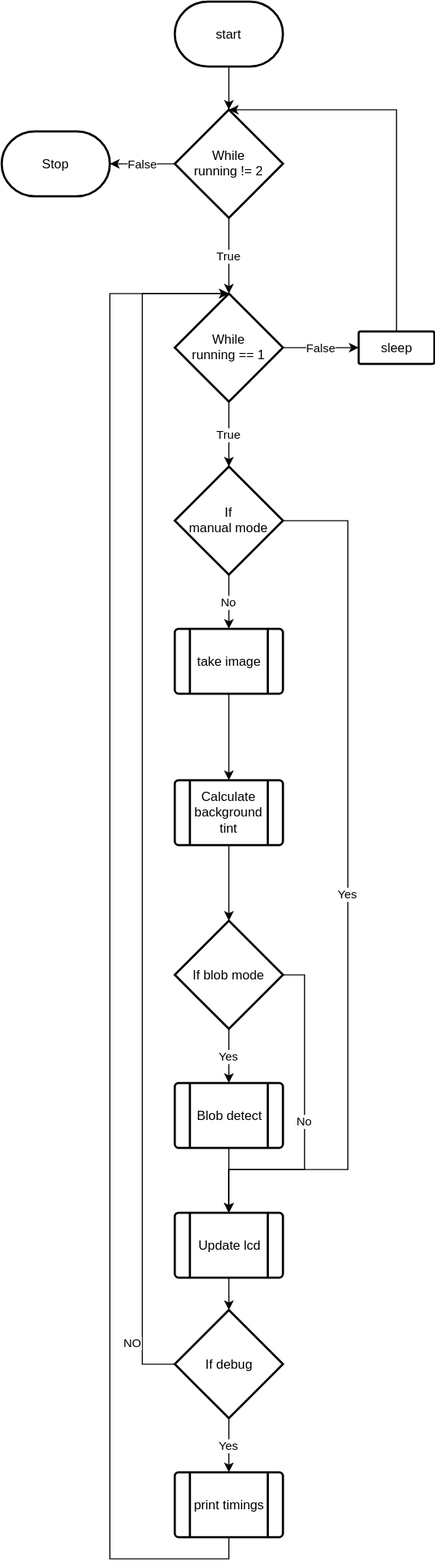
This is docs/flowchart.svg from djh1997/proj324, a draw.io export, as it was before one commit. Source tidied: cells renumbered, new cells last; positions are measured from the earlier drawing's top-left corner, leaving out a move shared by most shapes.
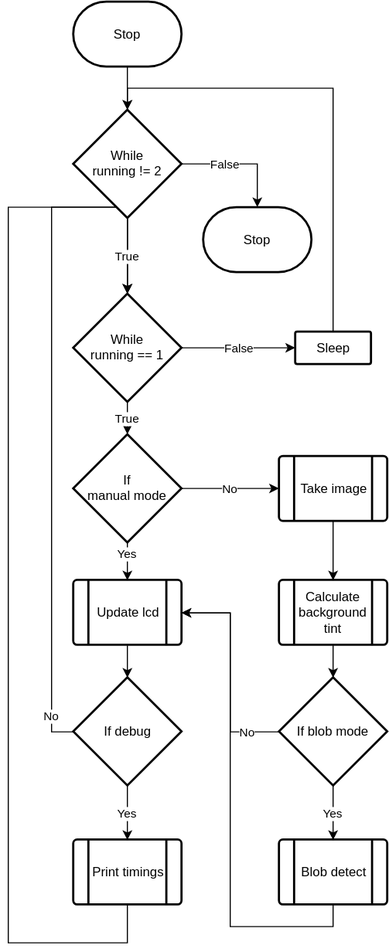
Above is the later version.

The edit, as a diff of the source:
```diff
@@ -5,14 +5,14 @@
     <mxCell id="2" style="edgeStyle=orthogonalEdgeStyle;rounded=0;html=1;exitX=0.5;exitY=1;exitPerimeter=0;entryX=0.5;entryY=0;entryPerimeter=0;jettySize=auto;" parent="1" edge="1" source="3" target="30">
       <mxGeometry relative="1" as="geometry" />
     </mxCell>
-    <mxCell id="3" value="start" style="strokeWidth=2;html=1;shape=mxgraph.flowchart.terminator;whiteSpace=wrap;" parent="1" vertex="1">
-      <mxGeometry x="160" width="100" height="60" as="geometry" />
+    <mxCell id="3" value="Stop" style="strokeWidth=2;html=1;shape=mxgraph.flowchart.terminator;whiteSpace=wrap;" parent="1" vertex="1">
+      <mxGeometry x="160" y="60" width="100" height="60" as="geometry" />
     </mxCell>
     <mxCell id="4" style="edgeStyle=orthogonalEdgeStyle;rounded=0;html=1;exitX=0.5;exitY=1;jettySize=auto;entryX=0.5;entryY=0;" parent="1" edge="1" source="5" target="20">
       <mxGeometry relative="1" as="geometry" />
     </mxCell>
-    <mxCell id="5" value="take image" style="verticalLabelPosition=middle;verticalAlign=middle;html=1;strokeWidth=2;shape=process;whiteSpace=wrap;rounded=1;size=0.14;arcSize=6;labelPosition=center;align=center;" parent="1" vertex="1">
-      <mxGeometry x="160" y="580" width="100" height="60" as="geometry" />
+    <mxCell id="5" value="Take image" style="verticalLabelPosition=middle;verticalAlign=middle;html=1;strokeWidth=2;shape=process;whiteSpace=wrap;rounded=1;size=0.14;arcSize=6;labelPosition=center;align=center;" parent="1" vertex="1">
+      <mxGeometry x="350" y="480" width="100" height="60" as="geometry" />
     </mxCell>
     <mxCell id="6" value="True" style="edgeStyle=orthogonalEdgeStyle;rounded=0;html=1;exitX=0.5;exitY=1;exitPerimeter=0;jettySize=auto;entryX=0.5;entryY=0;entryPerimeter=0;" parent="1" edge="1" source="8" target="11">
       <mxGeometry relative="1" as="geometry" />
@@ -21,109 +21,90 @@
       <mxGeometry relative="1" as="geometry" />
     </mxCell>
     <mxCell id="8" value="&lt;div&gt;While &lt;br&gt;&lt;/div&gt;&lt;div&gt;running == 1&lt;/div&gt;" style="strokeWidth=2;html=1;shape=mxgraph.flowchart.decision;whiteSpace=wrap;verticalAlign=middle;" parent="1" vertex="1">
-      <mxGeometry x="160" y="270" width="100" height="100" as="geometry" />
+      <mxGeometry x="160" y="330" width="100" height="100" as="geometry" />
     </mxCell>
-    <mxCell id="9" value="No" style="edgeStyle=orthogonalEdgeStyle;rounded=0;html=1;exitX=0.5;exitY=1;exitPerimeter=0;entryX=0.5;entryY=0;jettySize=auto;" parent="1" edge="1" source="11" target="5">
+    <mxCell id="9" value="No" style="edgeStyle=orthogonalEdgeStyle;rounded=0;html=1;exitX=1;exitY=0.5;exitPerimeter=0;entryX=0;entryY=0.5;jettySize=auto;" parent="1" edge="1" source="11" target="5">
       <mxGeometry relative="1" as="geometry" />
     </mxCell>
-    <mxCell id="10" value="Yes" style="edgeStyle=orthogonalEdgeStyle;rounded=0;html=1;exitX=1;exitY=0.5;exitPerimeter=0;jettySize=auto;entryX=0.5;entryY=0;" parent="1" edge="1" source="11" target="22">
-      <mxGeometry relative="1" as="geometry">
-        <Array as="points">
-          <mxPoint x="320" y="480" />
-          <mxPoint x="320" y="1080" />
-          <mxPoint x="210" y="1080" />
-        </Array>
-      </mxGeometry>
+    <mxCell id="10" value="Yes" style="edgeStyle=orthogonalEdgeStyle;rounded=0;html=1;exitX=0.5;exitY=1;exitPerimeter=0;jettySize=auto;entryX=0.5;entryY=0;" parent="1" edge="1" source="11" target="22">
+      <mxGeometry x="-0.43" relative="1" as="geometry" />
     </mxCell>
     <mxCell id="11" value="&lt;div&gt;If &lt;br&gt;&lt;/div&gt;&lt;div&gt; manual mode&lt;/div&gt;" style="strokeWidth=2;html=1;shape=mxgraph.flowchart.decision;whiteSpace=wrap;" parent="1" vertex="1">
-      <mxGeometry x="160" y="430" width="100" height="100" as="geometry" />
+      <mxGeometry x="160" y="460" width="100" height="100" as="geometry" />
     </mxCell>
     <mxCell id="12" style="edgeStyle=orthogonalEdgeStyle;rounded=0;html=1;exitX=0.5;exitY=0;exitPerimeter=0;jettySize=auto;entryX=0.5;entryY=0;entryPerimeter=0;" parent="1" edge="1" source="13" target="30">
-      <mxGeometry relative="1" as="geometry">
-        <Array as="points">
-          <mxPoint x="365" y="100" />
-        </Array>
-      </mxGeometry>
+      <mxGeometry relative="1" as="geometry" />
     </mxCell>
-    <mxCell id="13" value="sleep" style="strokeWidth=2;html=1;shape=mxgraph.flowchart.process;whiteSpace=wrap;" parent="1" vertex="1">
-      <mxGeometry x="330" y="305" width="70" height="30" as="geometry" />
+    <mxCell id="13" value="Sleep" style="strokeWidth=2;html=1;shape=mxgraph.flowchart.process;whiteSpace=wrap;" parent="1" vertex="1">
+      <mxGeometry x="365" y="365" width="70" height="30" as="geometry" />
     </mxCell>
-    <mxCell id="14" style="edgeStyle=orthogonalEdgeStyle;rounded=0;html=1;exitX=0.5;exitY=1;entryX=0.5;entryY=0;jettySize=auto;" parent="1" edge="1" source="15" target="22">
+    <mxCell id="14" style="edgeStyle=orthogonalEdgeStyle;rounded=0;html=1;exitX=0.5;exitY=1;entryX=1;entryY=0.5;jettySize=auto;" parent="1" edge="1" source="15" target="22">
       <mxGeometry relative="1" as="geometry" />
     </mxCell>
     <mxCell id="15" value="Blob detect" style="verticalLabelPosition=middle;verticalAlign=middle;html=1;strokeWidth=2;shape=process;whiteSpace=wrap;rounded=1;size=0.14;arcSize=6;labelPosition=center;align=center;" parent="1" vertex="1">
-      <mxGeometry x="160" y="1000" width="100" height="60" as="geometry" />
+      <mxGeometry x="350" y="834.5" width="100" height="60" as="geometry" />
     </mxCell>
     <mxCell id="16" value="Yes" style="edgeStyle=orthogonalEdgeStyle;rounded=0;html=1;exitX=0.5;exitY=1;exitPerimeter=0;entryX=0.5;entryY=0;jettySize=auto;" parent="1" edge="1" source="18" target="15">
       <mxGeometry relative="1" as="geometry" />
     </mxCell>
-    <mxCell id="17" value="No" style="edgeStyle=orthogonalEdgeStyle;rounded=0;html=1;exitX=1;exitY=0.5;exitPerimeter=0;jettySize=auto;entryX=0.5;entryY=0;" parent="1" edge="1" source="18" target="22">
-      <mxGeometry relative="1" as="geometry">
-        <Array as="points">
-          <mxPoint x="280" y="900" />
-          <mxPoint x="280" y="1080" />
-          <mxPoint x="210" y="1080" />
-        </Array>
-      </mxGeometry>
+    <mxCell id="17" value="No" style="edgeStyle=orthogonalEdgeStyle;rounded=0;html=1;exitX=0;exitY=0.5;exitPerimeter=0;jettySize=auto;entryX=1;entryY=0.5;" parent="1" edge="1" source="18" target="22">
+      <mxGeometry x="-0.71" relative="1" as="geometry" />
     </mxCell>
     <mxCell id="18" value="If blob mode" style="strokeWidth=2;html=1;shape=mxgraph.flowchart.decision;whiteSpace=wrap;" parent="1" vertex="1">
-      <mxGeometry x="160" y="850" width="100" height="100" as="geometry" />
+      <mxGeometry x="350" y="684.5" width="100" height="100" as="geometry" />
     </mxCell>
     <mxCell id="19" style="edgeStyle=orthogonalEdgeStyle;rounded=0;html=1;exitX=0.5;exitY=1;entryX=0.5;entryY=0;entryPerimeter=0;jettySize=auto;" parent="1" edge="1" source="20" target="18">
       <mxGeometry relative="1" as="geometry" />
     </mxCell>
     <mxCell id="20" value="Calculate background tint" style="verticalLabelPosition=middle;verticalAlign=middle;html=1;strokeWidth=2;shape=process;whiteSpace=wrap;rounded=1;size=0.14;arcSize=6;labelPosition=center;align=center;" parent="1" vertex="1">
-      <mxGeometry x="160" y="720" width="100" height="60" as="geometry" />
+      <mxGeometry x="350" y="594.5" width="100" height="60" as="geometry" />
     </mxCell>
     <mxCell id="21" style="edgeStyle=orthogonalEdgeStyle;rounded=0;html=1;exitX=0.5;exitY=1;entryX=0.5;entryY=0;entryPerimeter=0;jettySize=auto;" parent="1" edge="1" source="22" target="25">
       <mxGeometry relative="1" as="geometry" />
     </mxCell>
     <mxCell id="22" value="Update lcd" style="verticalLabelPosition=middle;verticalAlign=middle;html=1;strokeWidth=2;shape=process;whiteSpace=wrap;rounded=1;size=0.14;arcSize=6;labelPosition=center;align=center;" parent="1" vertex="1">
-      <mxGeometry x="160" y="1120" width="100" height="60" as="geometry" />
+      <mxGeometry x="160" y="594.5" width="100" height="60" as="geometry" />
     </mxCell>
     <mxCell id="23" value="Yes" style="edgeStyle=orthogonalEdgeStyle;rounded=0;html=1;exitX=0.5;exitY=1;exitPerimeter=0;entryX=0.5;entryY=0;jettySize=auto;" parent="1" edge="1" source="25" target="27">
       <mxGeometry relative="1" as="geometry" />
     </mxCell>
-    <mxCell id="24" value="NO" style="edgeStyle=orthogonalEdgeStyle;rounded=0;html=1;exitX=0;exitY=0.5;exitPerimeter=0;jettySize=auto;entryX=0.5;entryY=0;entryPerimeter=0;" parent="1" edge="1" source="25" target="8">
-      <mxGeometry x="-0.95" y="-10" relative="1" as="geometry">
+    <mxCell id="24" value="No" style="edgeStyle=orthogonalEdgeStyle;rounded=0;html=1;exitX=0;exitY=0.5;exitPerimeter=0;jettySize=auto;entryX=0.5;entryY=0;entryPerimeter=0;" parent="1" edge="1" source="25" target="8">
+      <mxGeometry x="-0.94" y="-15" relative="1" as="geometry">
         <Array as="points">
-          <mxPoint x="130" y="1260" />
-          <mxPoint x="130" y="270" />
+          <mxPoint x="140" y="735" />
+          <mxPoint x="140" y="250" />
+          <mxPoint x="210" y="250" />
         </Array>
-        <mxPoint x="-10" y="-10" as="offset" />
+        <mxPoint x="-15" y="-15" as="offset" />
       </mxGeometry>
     </mxCell>
     <mxCell id="25" value="If debug" style="strokeWidth=2;html=1;shape=mxgraph.flowchart.decision;whiteSpace=wrap;" parent="1" vertex="1">
-      <mxGeometry x="160" y="1210" width="100" height="100" as="geometry" />
+      <mxGeometry x="160" y="684.5" width="100" height="100" as="geometry" />
     </mxCell>
     <mxCell id="26" style="edgeStyle=orthogonalEdgeStyle;rounded=0;html=1;exitX=0.5;exitY=1;entryX=0.5;entryY=0;entryPerimeter=0;jettySize=auto;" parent="1" edge="1" source="27" target="8">
       <mxGeometry relative="1" as="geometry">
         <Array as="points">
-          <mxPoint x="210" y="1440" />
-          <mxPoint x="100" y="1440" />
-          <mxPoint x="100" y="270" />
+          <mxPoint x="210" y="930" />
+          <mxPoint x="100" y="930" />
+          <mxPoint x="100" y="250" />
+          <mxPoint x="210" y="250" />
         </Array>
       </mxGeometry>
     </mxCell>
-    <mxCell id="27" value="print timings" style="verticalLabelPosition=middle;verticalAlign=middle;html=1;strokeWidth=2;shape=process;whiteSpace=wrap;rounded=1;size=0.14;arcSize=6;labelPosition=center;align=center;" parent="1" vertex="1">
-      <mxGeometry x="160" y="1360" width="100" height="60" as="geometry" />
+    <mxCell id="27" value="Print timings" style="verticalLabelPosition=middle;verticalAlign=middle;html=1;strokeWidth=2;shape=process;whiteSpace=wrap;rounded=1;size=0.14;arcSize=6;labelPosition=center;align=center;" parent="1" vertex="1">
+      <mxGeometry x="160" y="834.5" width="100" height="60" as="geometry" />
     </mxCell>
     <mxCell id="28" value="True" style="edgeStyle=orthogonalEdgeStyle;rounded=0;html=1;exitX=0.5;exitY=1;exitPerimeter=0;jettySize=auto;entryX=0.5;entryY=0;entryPerimeter=0;" parent="1" edge="1" source="30" target="8">
       <mxGeometry relative="1" as="geometry" />
     </mxCell>
-    <mxCell id="29" value="False" style="edgeStyle=orthogonalEdgeStyle;rounded=0;html=1;jettySize=auto;entryX=1;entryY=0.5;entryPerimeter=0;exitX=0;exitY=0.5;exitPerimeter=0;" parent="1" edge="1" source="30" target="31">
-      <mxGeometry relative="1" as="geometry">
-        <Array as="points">
-          <mxPoint x="140" y="150" />
-          <mxPoint x="140" y="150" />
-        </Array>
-      </mxGeometry>
+    <mxCell id="29" value="False" style="edgeStyle=orthogonalEdgeStyle;rounded=0;html=1;jettySize=auto;entryX=0.5;entryY=0;entryPerimeter=0;exitX=1;exitY=0.5;exitPerimeter=0;" parent="1" edge="1" source="30" target="31">
+      <mxGeometry x="-0.27" relative="1" as="geometry" />
     </mxCell>
     <mxCell id="30" value="&lt;div&gt;While &lt;br&gt;&lt;/div&gt;&lt;div&gt;running != 2&lt;br&gt;&lt;/div&gt;" style="strokeWidth=2;html=1;shape=mxgraph.flowchart.decision;whiteSpace=wrap;verticalAlign=middle;" parent="1" vertex="1">
-      <mxGeometry x="160" y="100" width="100" height="100" as="geometry" />
+      <mxGeometry x="160" y="160" width="100" height="100" as="geometry" />
     </mxCell>
     <mxCell id="31" value="Stop" style="strokeWidth=2;html=1;shape=mxgraph.flowchart.terminator;whiteSpace=wrap;" parent="1" vertex="1">
-      <mxGeometry y="120" width="100" height="60" as="geometry" />
+      <mxGeometry x="280" y="250" width="100" height="60" as="geometry" />
     </mxCell>
   </root>
 </mxGraphModel>
```
